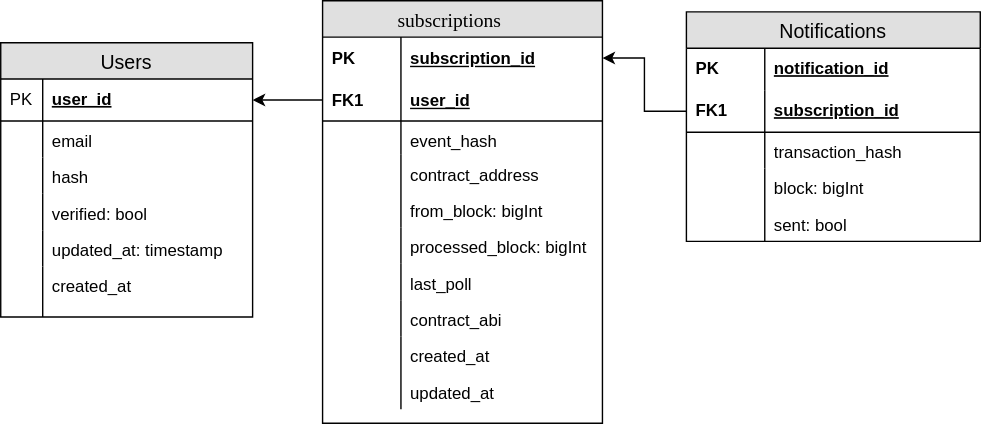
This is db.svg from aragonone/notification-service, a draw.io export, as it was before one commit. Source tidied: cells renumbered, new cells last; positions are measured from the earlier drawing's top-left corner, leaving out a move shared by most shapes.
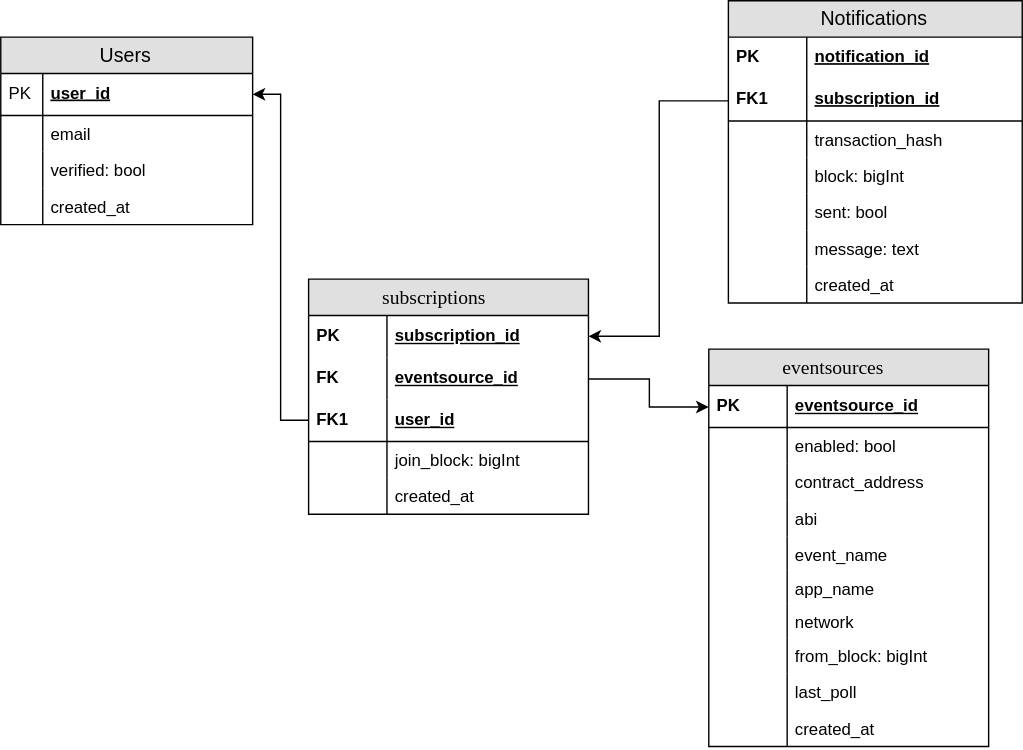
The same diagram one commit later.

Commit message:
schema: split subscriptions into two tables

The edit, as a diff of the source:
```diff
@@ -3,7 +3,7 @@
     <mxCell id="0" />
     <mxCell id="1" parent="0" />
     <mxCell id="2" value="subscriptions" style="swimlane;html=1;fontStyle=0;horizontal=1;startSize=26;fillColor=#e0e0e0;swimlaneFillColor=#ffffff;align=center;rounded=0;shadow=0;comic=0;labelBackgroundColor=none;strokeColor=#000000;strokeWidth=1;fontFamily=Verdana;fontSize=14;fontColor=#000000;" parent="1" vertex="1">
-      <mxGeometry x="230" width="200" height="302" as="geometry" />
+      <mxGeometry x="220" y="203" width="200" height="168" as="geometry" />
     </mxCell>
     <mxCell id="3" value="subscription_id" style="shape=partialRectangle;top=0;left=0;right=0;bottom=0;html=1;align=left;verticalAlign=middle;fillColor=none;spacingLeft=60;spacingRight=4;whiteSpace=wrap;overflow=hidden;points=[[0,0.5],[1,0.5]];portConstraint=eastwest;fontStyle=5;" parent="2" vertex="1">
       <mxGeometry y="26" width="200" height="30" as="geometry" />
@@ -11,62 +11,32 @@
     <mxCell id="4" value="PK" style="shape=partialRectangle;fontStyle=1;top=0;left=0;bottom=0;html=1;fillColor=none;align=left;verticalAlign=middle;spacingLeft=4;spacingRight=4;whiteSpace=wrap;overflow=hidden;" parent="3" vertex="1">
       <mxGeometry width="56" height="30" as="geometry" />
     </mxCell>
+    <mxCell id="51" value="eventsource_id" style="shape=partialRectangle;top=0;left=0;right=0;bottom=0;html=1;align=left;verticalAlign=middle;fillColor=none;spacingLeft=60;spacingRight=4;whiteSpace=wrap;overflow=hidden;points=[[0,0.5],[1,0.5]];portConstraint=eastwest;fontStyle=5;" parent="2" vertex="1">
+      <mxGeometry y="56" width="200" height="30" as="geometry" />
+    </mxCell>
+    <mxCell id="52" value="FK" style="shape=partialRectangle;fontStyle=1;top=0;left=0;bottom=0;html=1;fillColor=none;align=left;verticalAlign=middle;spacingLeft=4;spacingRight=4;whiteSpace=wrap;overflow=hidden;" parent="51" vertex="1">
+      <mxGeometry width="56" height="30" as="geometry" />
+    </mxCell>
     <mxCell id="5" value="user_id" style="shape=partialRectangle;top=0;left=0;right=0;bottom=1;html=1;align=left;verticalAlign=middle;fillColor=none;spacingLeft=60;spacingRight=4;whiteSpace=wrap;overflow=hidden;points=[[0,0.5],[1,0.5]];portConstraint=eastwest;fontStyle=5;" parent="2" vertex="1">
-      <mxGeometry y="56" width="200" height="30" as="geometry" />
+      <mxGeometry y="86" width="200" height="30" as="geometry" />
     </mxCell>
     <mxCell id="6" value="FK1" style="shape=partialRectangle;fontStyle=1;top=0;left=0;bottom=0;html=1;fillColor=none;align=left;verticalAlign=middle;spacingLeft=4;spacingRight=4;whiteSpace=wrap;overflow=hidden;" parent="5" vertex="1">
       <mxGeometry width="56" height="30" as="geometry" />
     </mxCell>
-    <mxCell id="7" value="event_hash" style="shape=partialRectangle;top=0;left=0;right=0;bottom=0;align=left;verticalAlign=top;fillColor=none;spacingLeft=60;spacingRight=4;overflow=hidden;fontSize=12;" parent="2" vertex="1">
-      <mxGeometry y="86" width="200" height="24" as="geometry" />
-    </mxCell>
-    <mxCell id="8" style="shape=partialRectangle;fontStyle=1;top=0;left=0;bottom=0;fillColor=none;align=left;verticalAlign=top;spacingLeft=4;spacingRight=4;overflow=hidden;fontSize=12;" parent="7" vertex="1">
-      <mxGeometry width="56" height="24" as="geometry" />
-    </mxCell>
-    <mxCell id="9" value="contract_address" style="shape=partialRectangle;top=0;left=0;right=0;bottom=0;align=left;verticalAlign=top;fillColor=none;spacingLeft=60;spacingRight=4;overflow=hidden;fontSize=12;" parent="2" vertex="1">
-      <mxGeometry y="110" width="200" height="26" as="geometry" />
-    </mxCell>
-    <mxCell id="10" style="shape=partialRectangle;fontStyle=1;top=0;left=0;bottom=0;fillColor=none;align=left;verticalAlign=top;spacingLeft=4;spacingRight=4;overflow=hidden;fontSize=12;" parent="9" vertex="1">
-      <mxGeometry width="56" height="26" as="geometry" />
-    </mxCell>
-    <mxCell id="11" value="from_block: bigInt" style="shape=partialRectangle;top=0;left=0;right=0;bottom=0;align=left;verticalAlign=top;fillColor=none;spacingLeft=60;spacingRight=4;overflow=hidden;fontSize=12;" parent="2" vertex="1">
-      <mxGeometry y="136" width="200" height="26" as="geometry" />
-    </mxCell>
-    <mxCell id="12" style="shape=partialRectangle;fontStyle=1;top=0;left=0;bottom=0;fillColor=none;align=left;verticalAlign=top;spacingLeft=4;spacingRight=4;overflow=hidden;fontSize=12;" parent="11" vertex="1">
-      <mxGeometry width="56" height="26" as="geometry" />
-    </mxCell>
-    <mxCell id="13" value="processed_block: bigInt" style="shape=partialRectangle;top=0;left=0;right=0;bottom=0;align=left;verticalAlign=top;fillColor=none;spacingLeft=60;spacingRight=4;overflow=hidden;fontSize=12;" parent="2" vertex="1">
-      <mxGeometry y="162" width="200" height="26" as="geometry" />
-    </mxCell>
-    <mxCell id="14" style="shape=partialRectangle;fontStyle=1;top=0;left=0;bottom=0;fillColor=none;align=left;verticalAlign=top;spacingLeft=4;spacingRight=4;overflow=hidden;fontSize=12;" parent="13" vertex="1">
-      <mxGeometry width="56" height="26" as="geometry" />
-    </mxCell>
-    <mxCell id="15" value="last_poll" style="shape=partialRectangle;top=0;left=0;right=0;bottom=0;align=left;verticalAlign=top;fillColor=none;spacingLeft=60;spacingRight=4;overflow=hidden;fontSize=12;" parent="2" vertex="1">
-      <mxGeometry y="188" width="200" height="26" as="geometry" />
-    </mxCell>
-    <mxCell id="16" style="shape=partialRectangle;fontStyle=1;top=0;left=0;bottom=0;fillColor=none;align=left;verticalAlign=top;spacingLeft=4;spacingRight=4;overflow=hidden;fontSize=12;" parent="15" vertex="1">
-      <mxGeometry width="56" height="26" as="geometry" />
-    </mxCell>
-    <mxCell id="17" value="contract_abi" style="shape=partialRectangle;top=0;left=0;right=0;bottom=0;align=left;verticalAlign=top;fillColor=none;spacingLeft=60;spacingRight=4;overflow=hidden;fontSize=12;" parent="2" vertex="1">
-      <mxGeometry y="214" width="200" height="26" as="geometry" />
-    </mxCell>
-    <mxCell id="18" style="shape=partialRectangle;fontStyle=1;top=0;left=0;bottom=0;fillColor=none;align=left;verticalAlign=top;spacingLeft=4;spacingRight=4;overflow=hidden;fontSize=12;" parent="17" vertex="1">
-      <mxGeometry width="56" height="26" as="geometry" />
-    </mxCell>
+    <mxCell id="53" value="join_block: bigInt" style="shape=partialRectangle;top=0;left=0;right=0;bottom=0;align=left;verticalAlign=top;fillColor=none;spacingLeft=60;spacingRight=4;overflow=hidden;fontSize=12;" parent="2" vertex="1">
+      <mxGeometry y="116" width="200" height="26" as="geometry" />
+    </mxCell>
+    <mxCell id="54" style="shape=partialRectangle;fontStyle=1;top=0;left=0;bottom=0;fillColor=none;align=left;verticalAlign=top;spacingLeft=4;spacingRight=4;overflow=hidden;fontSize=12;" parent="53" vertex="1">
+      <mxGeometry width="56" height="26" as="geometry" />
+    </mxCell>
     <mxCell id="19" value="created_at" style="shape=partialRectangle;top=0;left=0;right=0;bottom=0;align=left;verticalAlign=top;fillColor=none;spacingLeft=60;spacingRight=4;overflow=hidden;fontSize=12;" parent="2" vertex="1">
-      <mxGeometry y="240" width="200" height="26" as="geometry" />
+      <mxGeometry y="142" width="200" height="26" as="geometry" />
     </mxCell>
     <mxCell id="20" style="shape=partialRectangle;fontStyle=1;top=0;left=0;bottom=0;fillColor=none;align=left;verticalAlign=top;spacingLeft=4;spacingRight=4;overflow=hidden;fontSize=12;" parent="19" vertex="1">
       <mxGeometry width="56" height="26" as="geometry" />
     </mxCell>
-    <mxCell id="21" value="updated_at" style="shape=partialRectangle;top=0;left=0;right=0;bottom=0;align=left;verticalAlign=top;fillColor=none;spacingLeft=60;spacingRight=4;overflow=hidden;fontSize=12;" parent="2" vertex="1">
-      <mxGeometry y="266" width="200" height="26" as="geometry" />
-    </mxCell>
-    <mxCell id="22" style="shape=partialRectangle;fontStyle=1;top=0;left=0;bottom=0;fillColor=none;align=left;verticalAlign=top;spacingLeft=4;spacingRight=4;overflow=hidden;fontSize=12;" parent="21" vertex="1">
-      <mxGeometry width="56" height="26" as="geometry" />
-    </mxCell>
     <mxCell id="23" value="Notifications" style="swimlane;fontStyle=0;horizontal=1;startSize=26;fillColor=#e0e0e0;swimlaneFillColor=#ffffff;align=center;fontSize=14;" parent="1" vertex="1">
-      <mxGeometry x="490" y="8" width="210" height="164" as="geometry" />
+      <mxGeometry x="520" y="4" width="210" height="216" as="geometry" />
     </mxCell>
     <mxCell id="24" value="notification_id" style="shape=partialRectangle;top=0;left=0;right=0;bottom=0;align=left;verticalAlign=middle;fillColor=none;spacingLeft=60;spacingRight=4;overflow=hidden;fontStyle=5;fontSize=12;" parent="23" vertex="1">
       <mxGeometry y="26" width="210" height="30" as="geometry" />
@@ -98,14 +68,23 @@
     <mxCell id="33" style="shape=partialRectangle;fontStyle=1;top=0;left=0;bottom=0;fillColor=none;align=left;verticalAlign=top;spacingLeft=4;spacingRight=4;overflow=hidden;fontSize=12;" parent="32" vertex="1">
       <mxGeometry width="56" height="26" as="geometry" />
     </mxCell>
-    <mxCell id="34" style="edgeStyle=orthogonalEdgeStyle;rounded=0;jettySize=auto;html=1;entryX=1;entryY=0.5;entryDx=0;entryDy=0;" parent="1" edge="1" source="26" target="3">
-      <mxGeometry relative="1" as="geometry" />
-    </mxCell>
+    <mxCell id="55" value="message: text" style="shape=partialRectangle;top=0;left=0;right=0;bottom=0;align=left;verticalAlign=top;fillColor=none;spacingLeft=60;spacingRight=4;overflow=hidden;fontSize=12;" parent="23" vertex="1">
+      <mxGeometry y="164" width="210" height="26" as="geometry" />
+    </mxCell>
+    <mxCell id="56" style="shape=partialRectangle;fontStyle=1;top=0;left=0;bottom=0;fillColor=none;align=left;verticalAlign=top;spacingLeft=4;spacingRight=4;overflow=hidden;fontSize=12;" parent="55" vertex="1">
+      <mxGeometry width="56" height="26" as="geometry" />
+    </mxCell>
+    <mxCell id="57" value="created_at" style="shape=partialRectangle;top=0;left=0;right=0;bottom=0;align=left;verticalAlign=top;fillColor=none;spacingLeft=60;spacingRight=4;overflow=hidden;fontSize=12;" parent="23" vertex="1">
+      <mxGeometry y="190" width="210" height="26" as="geometry" />
+    </mxCell>
+    <mxCell id="58" style="shape=partialRectangle;fontStyle=1;top=0;left=0;bottom=0;fillColor=none;align=left;verticalAlign=top;spacingLeft=4;spacingRight=4;overflow=hidden;fontSize=12;" parent="57" vertex="1">
+      <mxGeometry width="56" height="26" as="geometry" />
+    </mxCell>
     <mxCell id="35" style="edgeStyle=orthogonalEdgeStyle;rounded=0;jettySize=auto;html=1;exitX=0;exitY=0.5;exitDx=0;exitDy=0;entryX=1;entryY=0.5;entryDx=0;entryDy=0;" parent="1" edge="1" source="5" target="37">
       <mxGeometry relative="1" as="geometry" />
     </mxCell>
     <mxCell id="36" value="Users" style="swimlane;fontStyle=0;horizontal=1;startSize=26;fillColor=#e0e0e0;swimlaneFillColor=#ffffff;align=center;fontSize=14;" parent="1" vertex="1">
-      <mxGeometry y="30" width="180" height="196" as="geometry" />
+      <mxGeometry y="30" width="180" height="134" as="geometry" />
     </mxCell>
     <mxCell id="37" value="user_id" style="shape=partialRectangle;top=0;left=0;right=0;bottom=1;align=left;verticalAlign=middle;fillColor=none;spacingLeft=34;spacingRight=4;overflow=hidden;points=[[0,0.5],[1,0.5]];portConstraint=eastwest;fontStyle=5;fontSize=12;" parent="36" vertex="1">
       <mxGeometry y="26" width="180" height="30" as="geometry" />
@@ -119,35 +98,86 @@
     <mxCell id="40" style="shape=partialRectangle;top=0;left=0;bottom=0;fillColor=none;align=left;verticalAlign=top;spacingLeft=4;spacingRight=4;overflow=hidden;fontSize=12;" parent="39" vertex="1">
       <mxGeometry width="30" height="26" as="geometry" />
     </mxCell>
-    <mxCell id="41" value="hash" style="shape=partialRectangle;top=0;left=0;right=0;bottom=0;align=left;verticalAlign=top;fillColor=none;spacingLeft=34;spacingRight=4;overflow=hidden;fontSize=12;" parent="36" vertex="1">
-      <mxGeometry y="82" width="180" height="26" as="geometry" />
-    </mxCell>
-    <mxCell id="42" style="shape=partialRectangle;top=0;left=0;bottom=0;fillColor=none;align=left;verticalAlign=top;spacingLeft=4;spacingRight=4;overflow=hidden;fontSize=12;" parent="41" vertex="1">
-      <mxGeometry width="30" height="26" as="geometry" />
-    </mxCell>
     <mxCell id="43" value="verified: bool" style="shape=partialRectangle;top=0;left=0;right=0;bottom=0;align=left;verticalAlign=top;fillColor=none;spacingLeft=34;spacingRight=4;overflow=hidden;fontSize=12;" parent="36" vertex="1">
-      <mxGeometry y="108" width="180" height="26" as="geometry" />
+      <mxGeometry y="82" width="180" height="26" as="geometry" />
     </mxCell>
     <mxCell id="44" style="shape=partialRectangle;top=0;left=0;bottom=0;fillColor=none;align=left;verticalAlign=top;spacingLeft=4;spacingRight=4;overflow=hidden;fontSize=12;" parent="43" vertex="1">
       <mxGeometry width="30" height="26" as="geometry" />
     </mxCell>
-    <mxCell id="45" value="updated_at: timestamp" style="shape=partialRectangle;top=0;left=0;right=0;bottom=0;align=left;verticalAlign=top;fillColor=none;spacingLeft=34;spacingRight=4;overflow=hidden;fontSize=12;" parent="36" vertex="1">
-      <mxGeometry y="134" width="180" height="26" as="geometry" />
-    </mxCell>
-    <mxCell id="46" style="shape=partialRectangle;top=0;left=0;bottom=0;fillColor=none;align=left;verticalAlign=top;spacingLeft=4;spacingRight=4;overflow=hidden;fontSize=12;" parent="45" vertex="1">
-      <mxGeometry width="30" height="26" as="geometry" />
-    </mxCell>
     <mxCell id="47" value="created_at" style="shape=partialRectangle;top=0;left=0;right=0;bottom=0;align=left;verticalAlign=top;fillColor=none;spacingLeft=34;spacingRight=4;overflow=hidden;fontSize=12;" parent="36" vertex="1">
-      <mxGeometry y="160" width="180" height="26" as="geometry" />
+      <mxGeometry y="108" width="180" height="26" as="geometry" />
     </mxCell>
     <mxCell id="48" style="shape=partialRectangle;top=0;left=0;bottom=0;fillColor=none;align=left;verticalAlign=top;spacingLeft=4;spacingRight=4;overflow=hidden;fontSize=12;" parent="47" vertex="1">
       <mxGeometry width="30" height="26" as="geometry" />
     </mxCell>
-    <mxCell id="49" style="shape=partialRectangle;top=0;left=0;right=0;bottom=0;align=left;verticalAlign=top;fillColor=none;spacingLeft=34;spacingRight=4;overflow=hidden;fontSize=12;" parent="36" vertex="1">
-      <mxGeometry y="186" width="180" height="10" as="geometry" />
-    </mxCell>
-    <mxCell id="50" style="shape=partialRectangle;top=0;left=0;bottom=0;fillColor=none;align=left;verticalAlign=top;spacingLeft=4;spacingRight=4;overflow=hidden;fontSize=12;" parent="49" vertex="1">
-      <mxGeometry width="30" height="10" as="geometry" />
-    </mxCell>
+    <mxCell id="59" value="eventsources&lt;br&gt;" style="swimlane;html=1;fontStyle=0;horizontal=1;startSize=26;fillColor=#e0e0e0;swimlaneFillColor=#ffffff;align=center;rounded=0;shadow=0;comic=0;labelBackgroundColor=none;strokeColor=#000000;strokeWidth=1;fontFamily=Verdana;fontSize=14;fontColor=#000000;" parent="1" vertex="1">
+      <mxGeometry x="506" y="253" width="200" height="284" as="geometry" />
+    </mxCell>
+    <mxCell id="60" value="eventsource_id" style="shape=partialRectangle;top=0;left=0;right=0;bottom=1;html=1;align=left;verticalAlign=middle;fillColor=none;spacingLeft=60;spacingRight=4;whiteSpace=wrap;overflow=hidden;points=[[0,0.5],[1,0.5]];portConstraint=eastwest;fontStyle=5;" parent="59" vertex="1">
+      <mxGeometry y="26" width="200" height="30" as="geometry" />
+    </mxCell>
+    <mxCell id="61" value="PK" style="shape=partialRectangle;fontStyle=1;top=0;left=0;bottom=0;html=1;fillColor=none;align=left;verticalAlign=middle;spacingLeft=4;spacingRight=4;whiteSpace=wrap;overflow=hidden;" parent="60" vertex="1">
+      <mxGeometry width="56" height="30" as="geometry" />
+    </mxCell>
+    <mxCell id="62" value="enabled: bool" style="shape=partialRectangle;top=0;left=0;right=0;bottom=0;align=left;verticalAlign=top;fillColor=none;spacingLeft=60;spacingRight=4;overflow=hidden;fontSize=12;" parent="59" vertex="1">
+      <mxGeometry y="56" width="200" height="26" as="geometry" />
+    </mxCell>
+    <mxCell id="63" style="shape=partialRectangle;fontStyle=1;top=0;left=0;bottom=0;fillColor=none;align=left;verticalAlign=top;spacingLeft=4;spacingRight=4;overflow=hidden;fontSize=12;" parent="62" vertex="1">
+      <mxGeometry width="56" height="26" as="geometry" />
+    </mxCell>
+    <mxCell id="9" value="contract_address" style="shape=partialRectangle;top=0;left=0;right=0;bottom=0;align=left;verticalAlign=top;fillColor=none;spacingLeft=60;spacingRight=4;overflow=hidden;fontSize=12;" parent="59" vertex="1">
+      <mxGeometry y="82" width="200" height="26" as="geometry" />
+    </mxCell>
+    <mxCell id="64" style="shape=partialRectangle;fontStyle=1;top=0;left=0;bottom=0;fillColor=none;align=left;verticalAlign=top;spacingLeft=4;spacingRight=4;overflow=hidden;fontSize=12;" parent="9" vertex="1">
+      <mxGeometry width="56" height="26" as="geometry" />
+    </mxCell>
+    <mxCell id="65" value="abi" style="shape=partialRectangle;top=0;left=0;right=0;bottom=0;align=left;verticalAlign=top;fillColor=none;spacingLeft=60;spacingRight=4;overflow=hidden;fontSize=12;" parent="59" vertex="1">
+      <mxGeometry y="108" width="200" height="26" as="geometry" />
+    </mxCell>
+    <mxCell id="66" style="shape=partialRectangle;fontStyle=1;top=0;left=0;bottom=0;fillColor=none;align=left;verticalAlign=top;spacingLeft=4;spacingRight=4;overflow=hidden;fontSize=12;" parent="65" vertex="1">
+      <mxGeometry width="56" height="26" as="geometry" />
+    </mxCell>
+    <mxCell id="67" value="event_name" style="shape=partialRectangle;top=0;left=0;right=0;bottom=0;align=left;verticalAlign=top;fillColor=none;spacingLeft=60;spacingRight=4;overflow=hidden;fontSize=12;" parent="59" vertex="1">
+      <mxGeometry y="134" width="200" height="24" as="geometry" />
+    </mxCell>
+    <mxCell id="68" style="shape=partialRectangle;fontStyle=1;top=0;left=0;bottom=0;fillColor=none;align=left;verticalAlign=top;spacingLeft=4;spacingRight=4;overflow=hidden;fontSize=12;" parent="67" vertex="1">
+      <mxGeometry width="56" height="24" as="geometry" />
+    </mxCell>
+    <mxCell id="69" value="app_name" style="shape=partialRectangle;top=0;left=0;right=0;bottom=0;align=left;verticalAlign=top;fillColor=none;spacingLeft=60;spacingRight=4;overflow=hidden;fontSize=12;" parent="59" vertex="1">
+      <mxGeometry y="158" width="200" height="24" as="geometry" />
+    </mxCell>
+    <mxCell id="70" style="shape=partialRectangle;fontStyle=1;top=0;left=0;bottom=0;fillColor=none;align=left;verticalAlign=top;spacingLeft=4;spacingRight=4;overflow=hidden;fontSize=12;" parent="69" vertex="1">
+      <mxGeometry width="56" height="24" as="geometry" />
+    </mxCell>
+    <mxCell id="71" value="network" style="shape=partialRectangle;top=0;left=0;right=0;bottom=0;align=left;verticalAlign=top;fillColor=none;spacingLeft=60;spacingRight=4;overflow=hidden;fontSize=12;" parent="59" vertex="1">
+      <mxGeometry y="182" width="200" height="24" as="geometry" />
+    </mxCell>
+    <mxCell id="72" style="shape=partialRectangle;fontStyle=1;top=0;left=0;bottom=0;fillColor=none;align=left;verticalAlign=top;spacingLeft=4;spacingRight=4;overflow=hidden;fontSize=12;" parent="71" vertex="1">
+      <mxGeometry width="56" height="24" as="geometry" />
+    </mxCell>
+    <mxCell id="11" value="from_block: bigInt" style="shape=partialRectangle;top=0;left=0;right=0;bottom=0;align=left;verticalAlign=top;fillColor=none;spacingLeft=60;spacingRight=4;overflow=hidden;fontSize=12;" parent="59" vertex="1">
+      <mxGeometry y="206" width="200" height="26" as="geometry" />
+    </mxCell>
+    <mxCell id="12" style="shape=partialRectangle;fontStyle=1;top=0;left=0;bottom=0;fillColor=none;align=left;verticalAlign=top;spacingLeft=4;spacingRight=4;overflow=hidden;fontSize=12;" parent="11" vertex="1">
+      <mxGeometry width="56" height="26" as="geometry" />
+    </mxCell>
+    <mxCell id="15" value="last_poll" style="shape=partialRectangle;top=0;left=0;right=0;bottom=0;align=left;verticalAlign=top;fillColor=none;spacingLeft=60;spacingRight=4;overflow=hidden;fontSize=12;" parent="59" vertex="1">
+      <mxGeometry y="232" width="200" height="26" as="geometry" />
+    </mxCell>
+    <mxCell id="16" style="shape=partialRectangle;fontStyle=1;top=0;left=0;bottom=0;fillColor=none;align=left;verticalAlign=top;spacingLeft=4;spacingRight=4;overflow=hidden;fontSize=12;" parent="15" vertex="1">
+      <mxGeometry width="56" height="26" as="geometry" />
+    </mxCell>
+    <mxCell id="73" value="created_at" style="shape=partialRectangle;top=0;left=0;right=0;bottom=0;align=left;verticalAlign=top;fillColor=none;spacingLeft=60;spacingRight=4;overflow=hidden;fontSize=12;" parent="59" vertex="1">
+      <mxGeometry y="258" width="200" height="26" as="geometry" />
+    </mxCell>
+    <mxCell id="74" style="shape=partialRectangle;fontStyle=1;top=0;left=0;bottom=0;fillColor=none;align=left;verticalAlign=top;spacingLeft=4;spacingRight=4;overflow=hidden;fontSize=12;" parent="73" vertex="1">
+      <mxGeometry width="56" height="26" as="geometry" />
+    </mxCell>
+    <mxCell id="75" style="edgeStyle=orthogonalEdgeStyle;rounded=0;jettySize=auto;html=1;exitX=1;exitY=0.5;exitDx=0;exitDy=0;entryX=0;entryY=0.5;entryDx=0;entryDy=0;" parent="1" edge="1" source="51" target="60">
+      <mxGeometry relative="1" as="geometry" />
+    </mxCell>
+    <mxCell id="34" style="edgeStyle=orthogonalEdgeStyle;rounded=0;jettySize=auto;html=1;exitX=0;exitY=0.5;exitDx=0;exitDy=0;entryX=1;entryY=0.5;entryDx=0;entryDy=0;" parent="1" edge="1" source="26" target="3">
+      <mxGeometry relative="1" as="geometry" />
+    </mxCell>
   </root>
 </mxGraphModel>
```
